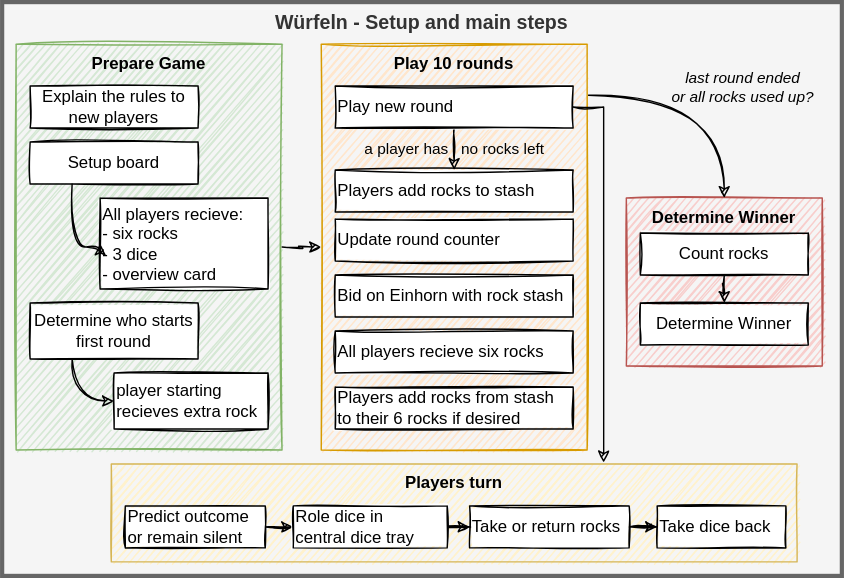
Earlier version of the draw.io export make/games/wuerfeln.drawio.svg (sonj4ev4/FullByte.github.io). Source tidied: cells renumbered, new cells last; positions are measured from the earlier drawing's top-left corner, leaving out a move shared by most shapes. Its diagram source:
```xml
<mxGraphModel>
  <root>
    <mxCell id="0" />
    <mxCell id="1" parent="0" />
    <mxCell id="2" value="Würfeln - Setup and main steps" style="rounded=0;whiteSpace=wrap;html=1;sketch=0;fontSize=14;align=center;verticalAlign=top;strokeWidth=3;fontStyle=1;fontFamily=Helvetica;fillColor=#f5f5f5;strokeColor=#666666;fontColor=#333333;" parent="1" vertex="1">
      <mxGeometry width="600" height="410" as="geometry" />
    </mxCell>
    <mxCell id="3" value="Determine Winner" style="whiteSpace=wrap;html=1;verticalAlign=top;fontStyle=1;fillColor=#f8cecc;strokeColor=#b85450;sketch=1;fontSize=12;" parent="1" vertex="1">
      <mxGeometry x="446" y="140" width="140" height="120" as="geometry" />
    </mxCell>
    <mxCell id="4" style="edgeStyle=orthogonalEdgeStyle;jettySize=auto;html=1;entryX=0.5;entryY=0;entryDx=0;entryDy=0;sketch=1;curved=1;fontSize=12;exitX=1.005;exitY=0.126;exitDx=0;exitDy=0;exitPerimeter=0;" parent="1" edge="1" source="6" target="3">
      <mxGeometry relative="1" as="geometry" />
    </mxCell>
    <mxCell id="5" value="last round ended&lt;br&gt;or all rocks used up?" style="edgeLabel;html=1;align=center;verticalAlign=middle;labelBackgroundColor=none;fontStyle=2;" parent="4" vertex="1">
      <mxGeometry x="0.86" y="2" relative="1" as="geometry">
        <mxPoint x="10" y="-67" as="offset" />
      </mxGeometry>
    </mxCell>
    <mxCell id="6" value="Play 10 rounds" style="whiteSpace=wrap;html=1;verticalAlign=top;fontStyle=1;fillColor=#ffe6cc;strokeColor=#d79b00;sketch=1;fontSize=12;" parent="1" vertex="1">
      <mxGeometry x="228" y="30" width="190" height="290" as="geometry" />
    </mxCell>
    <mxCell id="7" style="edgeStyle=orthogonalEdgeStyle;jettySize=auto;html=1;entryX=0;entryY=0.5;entryDx=0;entryDy=0;sketch=1;curved=1;fontSize=12;" parent="1" edge="1" source="8" target="6">
      <mxGeometry relative="1" as="geometry" />
    </mxCell>
    <mxCell id="8" value="Prepare Game" style="whiteSpace=wrap;html=1;verticalAlign=top;fontStyle=1;fillColor=#d5e8d4;strokeColor=#82b366;sketch=1;fontSize=12;" parent="1" vertex="1">
      <mxGeometry x="10" y="30" width="190" height="290" as="geometry" />
    </mxCell>
    <mxCell id="9" style="edgeStyle=orthogonalEdgeStyle;rounded=0;jettySize=auto;html=1;exitX=1;exitY=0.5;exitDx=0;exitDy=0;sketch=1;entryX=0.718;entryY=-0.014;entryDx=0;entryDy=0;entryPerimeter=0;" parent="1" edge="1" source="11" target="25">
      <mxGeometry relative="1" as="geometry" />
    </mxCell>
    <mxCell id="10" value="a player has&amp;nbsp; &amp;nbsp;no rocks left" style="edgeStyle=orthogonalEdgeStyle;rounded=0;jettySize=auto;html=1;entryX=0.5;entryY=0;entryDx=0;entryDy=0;sketch=1;labelBackgroundColor=none;" parent="1" edge="1" source="11" target="33">
      <mxGeometry relative="1" as="geometry" />
    </mxCell>
    <mxCell id="11" value="Play new round" style="whiteSpace=wrap;html=1;align=left;sketch=1;fontSize=12;" parent="1" vertex="1">
      <mxGeometry x="238" y="60" width="170" height="30" as="geometry" />
    </mxCell>
    <mxCell id="12" value="Bid on Einhorn with rock stash" style="whiteSpace=wrap;html=1;align=left;sketch=1;fontSize=12;" parent="1" vertex="1">
      <mxGeometry x="238" y="195" width="170" height="30" as="geometry" />
    </mxCell>
    <mxCell id="13" value="Determine Winner" style="whiteSpace=wrap;html=1;sketch=1;fontSize=12;" parent="1" vertex="1">
      <mxGeometry x="456" y="215" width="120" height="30" as="geometry" />
    </mxCell>
    <mxCell id="14" style="edgeStyle=orthogonalEdgeStyle;jettySize=auto;html=1;entryX=0;entryY=0.5;entryDx=0;entryDy=0;exitX=0.25;exitY=1;exitDx=0;exitDy=0;sketch=1;curved=1;fontSize=12;" parent="1" edge="1" source="15" target="16">
      <mxGeometry relative="1" as="geometry" />
    </mxCell>
    <mxCell id="15" value="Determine who starts first round" style="whiteSpace=wrap;html=1;sketch=1;fontSize=12;" parent="1" vertex="1">
      <mxGeometry x="20" y="215" width="120" height="40" as="geometry" />
    </mxCell>
    <mxCell id="16" value="player starting recieves extra rock" style="whiteSpace=wrap;html=1;align=left;sketch=1;fontSize=12;" parent="1" vertex="1">
      <mxGeometry x="80" y="265" width="110" height="40" as="geometry" />
    </mxCell>
    <mxCell id="17" value="All players recieve:&lt;br style=&quot;font-size: 12px&quot;&gt;- six rocks&lt;br style=&quot;font-size: 12px&quot;&gt;- 3 dice&lt;br&gt;-&amp;nbsp;overview card" style="whiteSpace=wrap;html=1;align=left;sketch=1;fontSize=12;glass=0;" parent="1" vertex="1">
      <mxGeometry x="70" y="140" width="120" height="65" as="geometry" />
    </mxCell>
    <mxCell id="18" value="All players recieve&amp;nbsp;six rocks" style="whiteSpace=wrap;html=1;align=left;sketch=1;fontSize=12;" parent="1" vertex="1">
      <mxGeometry x="238" y="235" width="170" height="30" as="geometry" />
    </mxCell>
    <mxCell id="19" style="edgeStyle=orthogonalEdgeStyle;jettySize=auto;html=1;sketch=1;curved=1;fontSize=12;" parent="1" edge="1" source="20" target="13">
      <mxGeometry relative="1" as="geometry" />
    </mxCell>
    <mxCell id="20" value="Count rocks" style="whiteSpace=wrap;html=1;sketch=1;fontSize=12;" parent="1" vertex="1">
      <mxGeometry x="456" y="165" width="120" height="30" as="geometry" />
    </mxCell>
    <mxCell id="21" style="edgeStyle=orthogonalEdgeStyle;jettySize=auto;html=1;entryX=0;entryY=0.5;entryDx=0;entryDy=0;exitX=0.25;exitY=1;exitDx=0;exitDy=0;sketch=1;curved=1;fontSize=12;" parent="1" edge="1" source="22" target="17">
      <mxGeometry relative="1" as="geometry">
        <Array as="points">
          <mxPoint x="50" y="175" />
        </Array>
      </mxGeometry>
    </mxCell>
    <mxCell id="22" value="Setup board" style="whiteSpace=wrap;html=1;align=center;verticalAlign=middle;sketch=1;fontSize=12;" parent="1" vertex="1">
      <mxGeometry x="20" y="100" width="120" height="30" as="geometry" />
    </mxCell>
    <mxCell id="23" value="Players add rocks from stash to their 6 rocks if desired" style="whiteSpace=wrap;html=1;align=left;sketch=1;fontSize=12;" parent="1" vertex="1">
      <mxGeometry x="238" y="275" width="170" height="30" as="geometry" />
    </mxCell>
    <mxCell id="24" value="Update round counter" style="whiteSpace=wrap;html=1;align=left;sketch=1;fontSize=12;" parent="1" vertex="1">
      <mxGeometry x="238" y="155" width="170" height="30" as="geometry" />
    </mxCell>
    <mxCell id="25" value="Players turn" style="whiteSpace=wrap;html=1;verticalAlign=top;fontStyle=1;fillColor=#fff2cc;strokeColor=#d6b656;sketch=1;fontSize=12;" parent="1" vertex="1">
      <mxGeometry x="78" y="330" width="490" height="70" as="geometry" />
    </mxCell>
    <mxCell id="26" style="edgeStyle=orthogonalEdgeStyle;rounded=0;sketch=1;jettySize=auto;html=1;entryX=0;entryY=0.5;entryDx=0;entryDy=0;" parent="1" edge="1" source="27" target="29">
      <mxGeometry relative="1" as="geometry" />
    </mxCell>
    <mxCell id="27" value="Predict outcome &lt;br&gt;or remain silent" style="whiteSpace=wrap;html=1;align=left;sketch=1;fontSize=12;" parent="1" vertex="1">
      <mxGeometry x="88" y="360" width="100" height="30" as="geometry" />
    </mxCell>
    <mxCell id="28" style="edgeStyle=orthogonalEdgeStyle;rounded=0;sketch=1;jettySize=auto;html=1;entryX=0;entryY=0.5;entryDx=0;entryDy=0;" parent="1" edge="1" source="29" target="31">
      <mxGeometry relative="1" as="geometry" />
    </mxCell>
    <mxCell id="29" value="Role dice in &lt;br&gt;central dice tray" style="whiteSpace=wrap;html=1;align=left;sketch=1;fontSize=12;" parent="1" vertex="1">
      <mxGeometry x="208" y="360" width="110" height="30" as="geometry" />
    </mxCell>
    <mxCell id="30" style="edgeStyle=orthogonalEdgeStyle;rounded=0;sketch=1;jettySize=auto;html=1;entryX=0;entryY=0.5;entryDx=0;entryDy=0;" parent="1" edge="1" source="31" target="32">
      <mxGeometry relative="1" as="geometry" />
    </mxCell>
    <mxCell id="31" value="Take or return rocks" style="whiteSpace=wrap;html=1;align=left;sketch=1;fontSize=12;" parent="1" vertex="1">
      <mxGeometry x="334" y="360" width="114" height="30" as="geometry" />
    </mxCell>
    <mxCell id="32" value="Take dice back" style="whiteSpace=wrap;html=1;align=left;sketch=1;fontSize=12;" parent="1" vertex="1">
      <mxGeometry x="468" y="360" width="92" height="30" as="geometry" />
    </mxCell>
    <mxCell id="33" value="Players add rocks to stash" style="whiteSpace=wrap;html=1;align=left;sketch=1;fontSize=12;" parent="1" vertex="1">
      <mxGeometry x="238" y="120" width="170" height="30" as="geometry" />
    </mxCell>
    <mxCell id="34" value="Explain the rules to new players" style="whiteSpace=wrap;html=1;align=center;verticalAlign=middle;sketch=1;fontSize=12;" parent="1" vertex="1">
      <mxGeometry x="20" y="60" width="120" height="30" as="geometry" />
    </mxCell>
  </root>
</mxGraphModel>
```
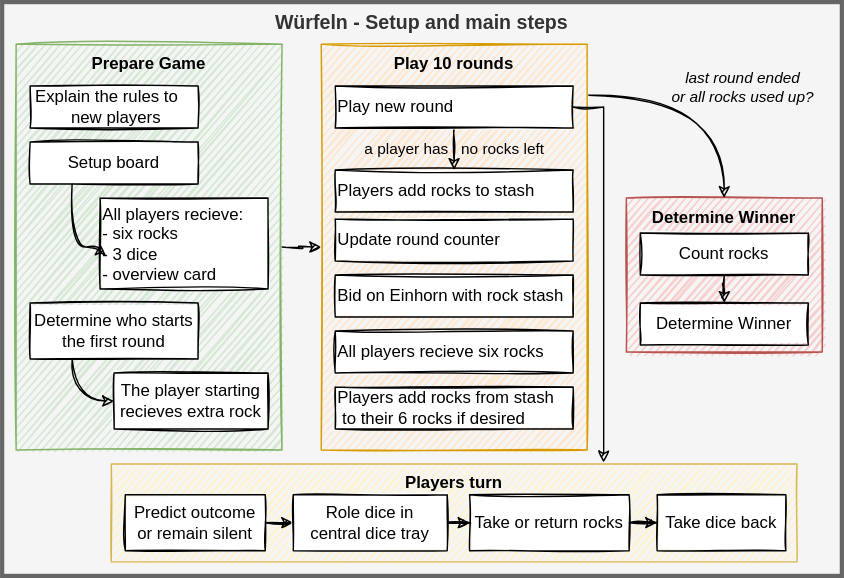
Later version of the same file.

Change to the diagram source:
```diff
@@ -6,7 +6,7 @@
       <mxGeometry width="600" height="410" as="geometry" />
     </mxCell>
     <mxCell id="3" value="Determine Winner" style="whiteSpace=wrap;html=1;verticalAlign=top;fontStyle=1;fillColor=#f8cecc;strokeColor=#b85450;sketch=1;fontSize=12;" parent="1" vertex="1">
-      <mxGeometry x="446" y="140" width="140" height="120" as="geometry" />
+      <mxGeometry x="446" y="140" width="140" height="110" as="geometry" />
     </mxCell>
     <mxCell id="4" style="edgeStyle=orthogonalEdgeStyle;jettySize=auto;html=1;entryX=0.5;entryY=0;entryDx=0;entryDy=0;sketch=1;curved=1;fontSize=12;exitX=1.005;exitY=0.126;exitDx=0;exitDy=0;exitPerimeter=0;" parent="1" edge="1" source="6" target="3">
       <mxGeometry relative="1" as="geometry" />
@@ -31,10 +31,10 @@
     <mxCell id="10" value="a player has&amp;nbsp; &amp;nbsp;no rocks left" style="edgeStyle=orthogonalEdgeStyle;rounded=0;jettySize=auto;html=1;entryX=0.5;entryY=0;entryDx=0;entryDy=0;sketch=1;labelBackgroundColor=none;" parent="1" edge="1" source="11" target="33">
       <mxGeometry relative="1" as="geometry" />
     </mxCell>
-    <mxCell id="11" value="Play new round" style="whiteSpace=wrap;html=1;align=left;sketch=1;fontSize=12;" parent="1" vertex="1">
+    <mxCell id="11" value="&amp;nbsp;Play new round" style="whiteSpace=wrap;html=1;align=left;sketch=1;fontSize=12;" parent="1" vertex="1">
       <mxGeometry x="238" y="60" width="170" height="30" as="geometry" />
     </mxCell>
-    <mxCell id="12" value="Bid on Einhorn with rock stash" style="whiteSpace=wrap;html=1;align=left;sketch=1;fontSize=12;" parent="1" vertex="1">
+    <mxCell id="12" value="&amp;nbsp;Bid on Einhorn with rock stash" style="whiteSpace=wrap;html=1;align=left;sketch=1;fontSize=12;" parent="1" vertex="1">
       <mxGeometry x="238" y="195" width="170" height="30" as="geometry" />
     </mxCell>
     <mxCell id="13" value="Determine Winner" style="whiteSpace=wrap;html=1;sketch=1;fontSize=12;" parent="1" vertex="1">
@@ -43,16 +43,16 @@
     <mxCell id="14" style="edgeStyle=orthogonalEdgeStyle;jettySize=auto;html=1;entryX=0;entryY=0.5;entryDx=0;entryDy=0;exitX=0.25;exitY=1;exitDx=0;exitDy=0;sketch=1;curved=1;fontSize=12;" parent="1" edge="1" source="15" target="16">
       <mxGeometry relative="1" as="geometry" />
     </mxCell>
-    <mxCell id="15" value="Determine who starts first round" style="whiteSpace=wrap;html=1;sketch=1;fontSize=12;" parent="1" vertex="1">
+    <mxCell id="15" value="Determine who starts the first round" style="whiteSpace=wrap;html=1;sketch=1;fontSize=12;align=center;" parent="1" vertex="1">
       <mxGeometry x="20" y="215" width="120" height="40" as="geometry" />
     </mxCell>
-    <mxCell id="16" value="player starting recieves extra rock" style="whiteSpace=wrap;html=1;align=left;sketch=1;fontSize=12;" parent="1" vertex="1">
+    <mxCell id="16" value="The player starting recieves extra rock" style="whiteSpace=wrap;html=1;align=center;sketch=1;fontSize=12;" parent="1" vertex="1">
       <mxGeometry x="80" y="265" width="110" height="40" as="geometry" />
     </mxCell>
-    <mxCell id="17" value="All players recieve:&lt;br style=&quot;font-size: 12px&quot;&gt;- six rocks&lt;br style=&quot;font-size: 12px&quot;&gt;- 3 dice&lt;br&gt;-&amp;nbsp;overview card" style="whiteSpace=wrap;html=1;align=left;sketch=1;fontSize=12;glass=0;" parent="1" vertex="1">
+    <mxCell id="17" value="&amp;nbsp;All players recieve:&lt;br style=&quot;font-size: 12px&quot;&gt;&amp;nbsp; - six rocks&lt;br style=&quot;font-size: 12px&quot;&gt;&amp;nbsp; - 3 dice&lt;br&gt;&amp;nbsp; -&amp;nbsp;overview card" style="whiteSpace=wrap;html=1;align=left;sketch=1;fontSize=12;glass=0;" parent="1" vertex="1">
       <mxGeometry x="70" y="140" width="120" height="65" as="geometry" />
     </mxCell>
-    <mxCell id="18" value="All players recieve&amp;nbsp;six rocks" style="whiteSpace=wrap;html=1;align=left;sketch=1;fontSize=12;" parent="1" vertex="1">
+    <mxCell id="18" value="&amp;nbsp;All players recieve&amp;nbsp;six rocks" style="whiteSpace=wrap;html=1;align=left;sketch=1;fontSize=12;" parent="1" vertex="1">
       <mxGeometry x="238" y="235" width="170" height="30" as="geometry" />
     </mxCell>
     <mxCell id="19" style="edgeStyle=orthogonalEdgeStyle;jettySize=auto;html=1;sketch=1;curved=1;fontSize=12;" parent="1" edge="1" source="20" target="13">
@@ -68,13 +68,13 @@
         </Array>
       </mxGeometry>
     </mxCell>
-    <mxCell id="22" value="Setup board" style="whiteSpace=wrap;html=1;align=center;verticalAlign=middle;sketch=1;fontSize=12;" parent="1" vertex="1">
+    <mxCell id="22" value="&amp;nbsp;Setup board" style="whiteSpace=wrap;html=1;align=center;verticalAlign=middle;sketch=1;fontSize=12;" parent="1" vertex="1">
       <mxGeometry x="20" y="100" width="120" height="30" as="geometry" />
     </mxCell>
-    <mxCell id="23" value="Players add rocks from stash to their 6 rocks if desired" style="whiteSpace=wrap;html=1;align=left;sketch=1;fontSize=12;" parent="1" vertex="1">
+    <mxCell id="23" value="&amp;nbsp;Players add rocks from stash&amp;nbsp; &amp;nbsp;to their 6 rocks if desired" style="whiteSpace=wrap;html=1;align=left;sketch=1;fontSize=12;" parent="1" vertex="1">
       <mxGeometry x="238" y="275" width="170" height="30" as="geometry" />
     </mxCell>
-    <mxCell id="24" value="Update round counter" style="whiteSpace=wrap;html=1;align=left;sketch=1;fontSize=12;" parent="1" vertex="1">
+    <mxCell id="24" value="&amp;nbsp;Update round counter" style="whiteSpace=wrap;html=1;align=left;sketch=1;fontSize=12;" parent="1" vertex="1">
       <mxGeometry x="238" y="155" width="170" height="30" as="geometry" />
     </mxCell>
     <mxCell id="25" value="Players turn" style="whiteSpace=wrap;html=1;verticalAlign=top;fontStyle=1;fillColor=#fff2cc;strokeColor=#d6b656;sketch=1;fontSize=12;" parent="1" vertex="1">
@@ -83,28 +83,28 @@
     <mxCell id="26" style="edgeStyle=orthogonalEdgeStyle;rounded=0;sketch=1;jettySize=auto;html=1;entryX=0;entryY=0.5;entryDx=0;entryDy=0;" parent="1" edge="1" source="27" target="29">
       <mxGeometry relative="1" as="geometry" />
     </mxCell>
-    <mxCell id="27" value="Predict outcome &lt;br&gt;or remain silent" style="whiteSpace=wrap;html=1;align=left;sketch=1;fontSize=12;" parent="1" vertex="1">
-      <mxGeometry x="88" y="360" width="100" height="30" as="geometry" />
+    <mxCell id="27" value="Predict outcome &lt;br&gt;or remain silent" style="whiteSpace=wrap;html=1;align=center;sketch=1;fontSize=12;" parent="1" vertex="1">
+      <mxGeometry x="88" y="352" width="100" height="40" as="geometry" />
     </mxCell>
     <mxCell id="28" style="edgeStyle=orthogonalEdgeStyle;rounded=0;sketch=1;jettySize=auto;html=1;entryX=0;entryY=0.5;entryDx=0;entryDy=0;" parent="1" edge="1" source="29" target="31">
       <mxGeometry relative="1" as="geometry" />
     </mxCell>
-    <mxCell id="29" value="Role dice in &lt;br&gt;central dice tray" style="whiteSpace=wrap;html=1;align=left;sketch=1;fontSize=12;" parent="1" vertex="1">
-      <mxGeometry x="208" y="360" width="110" height="30" as="geometry" />
+    <mxCell id="29" value="Role dice in &lt;br&gt;central dice tray" style="whiteSpace=wrap;html=1;align=center;sketch=1;fontSize=12;" parent="1" vertex="1">
+      <mxGeometry x="208" y="352" width="110" height="40" as="geometry" />
     </mxCell>
     <mxCell id="30" style="edgeStyle=orthogonalEdgeStyle;rounded=0;sketch=1;jettySize=auto;html=1;entryX=0;entryY=0.5;entryDx=0;entryDy=0;" parent="1" edge="1" source="31" target="32">
       <mxGeometry relative="1" as="geometry" />
     </mxCell>
-    <mxCell id="31" value="Take or return rocks" style="whiteSpace=wrap;html=1;align=left;sketch=1;fontSize=12;" parent="1" vertex="1">
-      <mxGeometry x="334" y="360" width="114" height="30" as="geometry" />
+    <mxCell id="31" value="Take or return rocks" style="whiteSpace=wrap;html=1;align=center;sketch=1;fontSize=12;" parent="1" vertex="1">
+      <mxGeometry x="334" y="352" width="114" height="40" as="geometry" />
     </mxCell>
-    <mxCell id="32" value="Take dice back" style="whiteSpace=wrap;html=1;align=left;sketch=1;fontSize=12;" parent="1" vertex="1">
-      <mxGeometry x="468" y="360" width="92" height="30" as="geometry" />
+    <mxCell id="32" value="Take dice back" style="whiteSpace=wrap;html=1;align=center;sketch=1;fontSize=12;" parent="1" vertex="1">
+      <mxGeometry x="468" y="352" width="92" height="40" as="geometry" />
     </mxCell>
-    <mxCell id="33" value="Players add rocks to stash" style="whiteSpace=wrap;html=1;align=left;sketch=1;fontSize=12;" parent="1" vertex="1">
+    <mxCell id="33" value="&amp;nbsp;Players add rocks to stash" style="whiteSpace=wrap;html=1;align=left;sketch=1;fontSize=12;" parent="1" vertex="1">
       <mxGeometry x="238" y="120" width="170" height="30" as="geometry" />
     </mxCell>
-    <mxCell id="34" value="Explain the rules to new players" style="whiteSpace=wrap;html=1;align=center;verticalAlign=middle;sketch=1;fontSize=12;" parent="1" vertex="1">
+    <mxCell id="34" value="&amp;nbsp;Explain the rules to&amp;nbsp; &amp;nbsp; &amp;nbsp;new players" style="whiteSpace=wrap;html=1;align=center;verticalAlign=middle;sketch=1;fontSize=12;" parent="1" vertex="1">
       <mxGeometry x="20" y="60" width="120" height="30" as="geometry" />
     </mxCell>
   </root>
```
